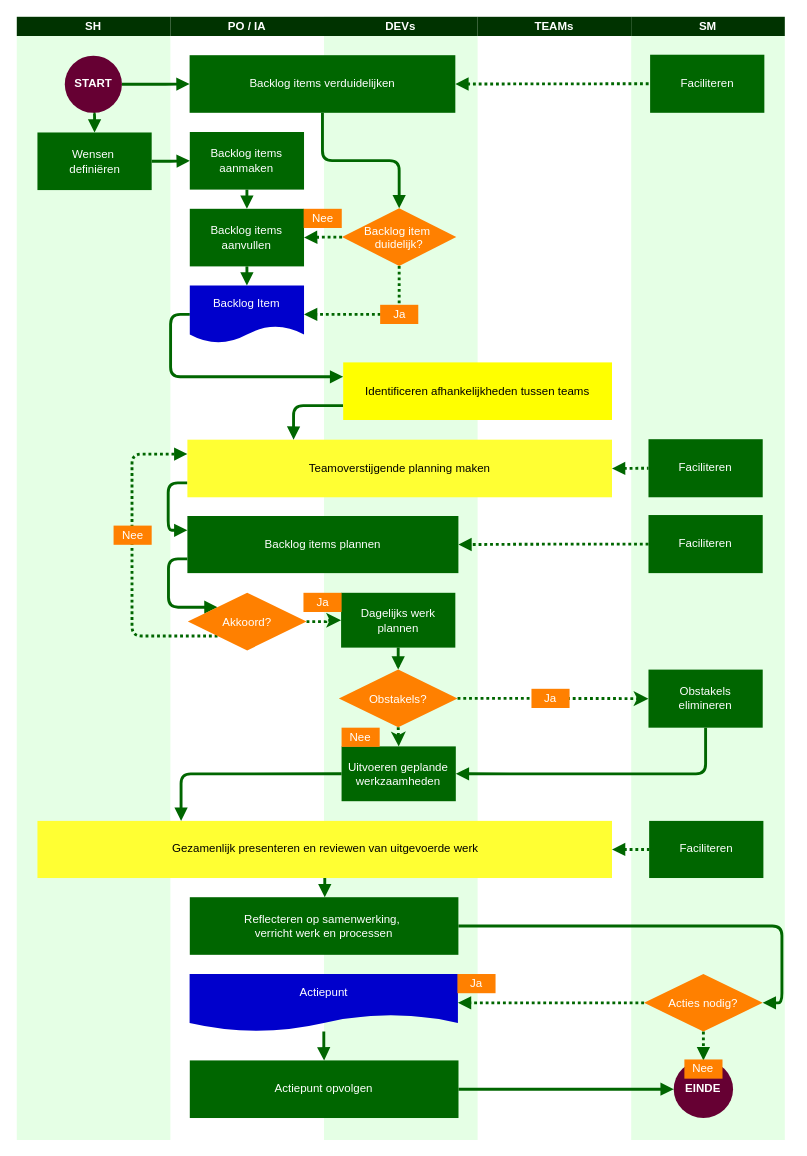
Above: diagrammen/2025-05-10 Opdracht 2 SOLL Swimlane.drawio in LeroyGerrits/zuyd (draw.io), before the change. Source tidied: cells renumbered, new cells numbered last; positions are measured from the earlier drawing's top-left corner, leaving out a move shared by most shapes. Both pictures are drawn from the tidied source at 96%, with x=0, y=0 at pixel (16, 16).
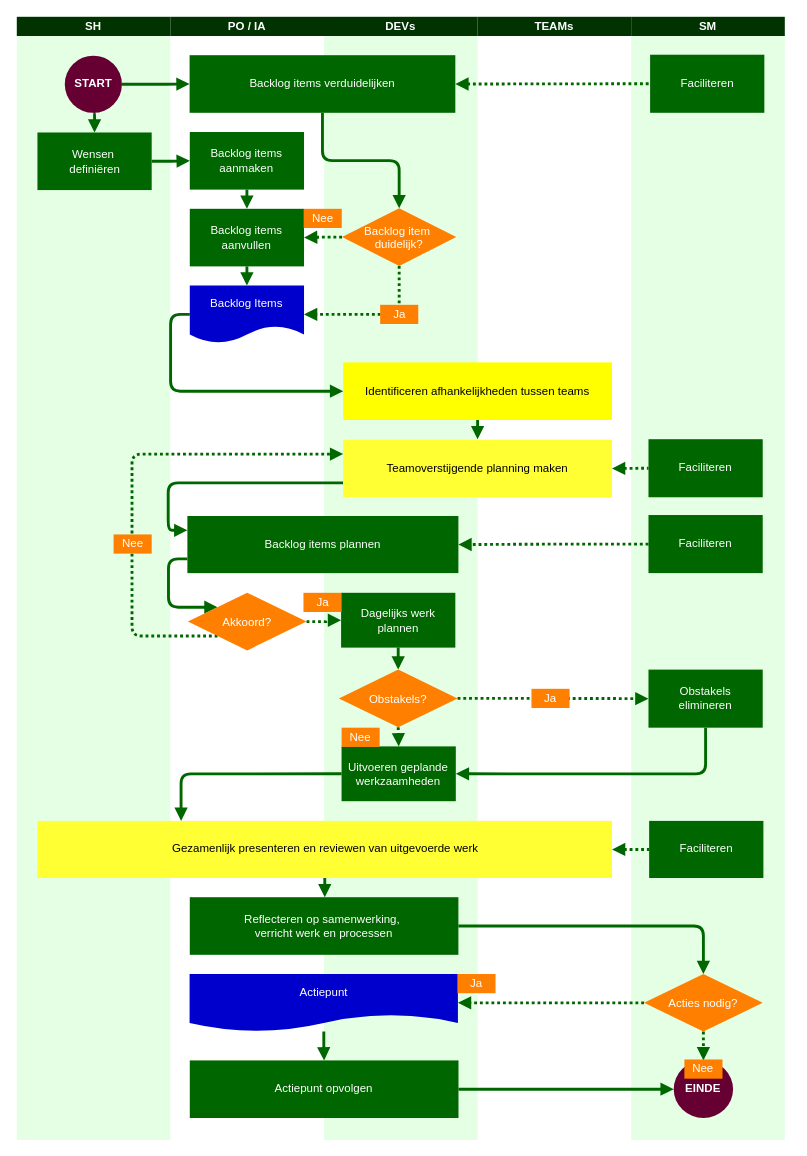
Above is the later version.

Unchanged cells that the change refers to:
```xml
<mxCell id="18" value="Uitvoeren geplande werkzaamheden" style="whiteSpace=wrap;strokeColor=none;fillColor=#006600;shadow=0;fontColor=#FFFFFF;fontFamily=Helvetica;fontStyle=0;html=1;fontSize=12;spacing=6;verticalAlign=middle;fillStyle=auto;" parent="1" vertex="1">
  <mxGeometry x="338.3" y="760" width="119" height="57.1" as="geometry" />
</mxCell>
<mxCell id="34" value="Reflecteren op samenwerking,&amp;nbsp;&lt;div&gt;verricht&amp;nbsp;&lt;span style=&quot;background-color: transparent; color: light-dark(rgb(255, 255, 255), rgb(18, 18, 18));&quot;&gt;werk en processen&lt;/span&gt;&lt;/div&gt;" style="whiteSpace=wrap;strokeColor=none;fillColor=#006600;shadow=0;fontColor=#FFFFFF;fontFamily=Helvetica;fontStyle=0;html=1;fontSize=12;spacing=6;verticalAlign=middle;fillStyle=auto;" parent="1" vertex="1">
  <mxGeometry x="180.2" y="917.1" width="279.8" height="60" as="geometry" />
</mxCell>
<mxCell id="37" value="Acties nodig?" style="rhombus;fillColor=#FF8000;strokeColor=none;fontColor=#FFFFFF;" parent="1" vertex="1">
  <mxGeometry x="653.4" y="997.1" width="123.6" height="60" as="geometry" />
</mxCell>
<mxCell id="53" value="Dagelijks werk plannen" style="whiteSpace=wrap;strokeColor=none;fillColor=#006600;shadow=0;fontColor=#FFFFFF;fontFamily=Helvetica;fontStyle=0;html=1;fontSize=12;spacing=6;verticalAlign=middle;fillStyle=auto;" parent="1" vertex="1">
  <mxGeometry x="337.8" y="600" width="119" height="57.1" as="geometry" />
</mxCell>
<mxCell id="56" value="Obstakels?" style="rhombus;fillColor=#FF8000;strokeColor=none;fontColor=#FFFFFF;" parent="1" vertex="1">
  <mxGeometry x="335.5" y="680" width="123.6" height="60" as="geometry" />
</mxCell>
<mxCell id="59" value="Obstakels elimineren" style="whiteSpace=wrap;shadow=0;fontColor=#FFFFFF;fontFamily=Helvetica;fontStyle=0;html=1;fontSize=12;plain-purple;strokeColor=none;fillColor=#006600;gradientColor=none;spacing=6;verticalAlign=middle;" parent="1" vertex="1">
  <mxGeometry x="658" y="680" width="119" height="60.5" as="geometry" />
</mxCell>
<mxCell id="63" value="Identificeren afhankelijkheden tussen teams" style="whiteSpace=wrap;strokeColor=none;fillColor=#FFFF00;shadow=0;fontColor=#000000;fontFamily=Helvetica;fontStyle=0;html=1;fontSize=12;spacing=6;verticalAlign=middle;fillStyle=auto;" parent="1" vertex="1">
  <mxGeometry x="340" y="360" width="280" height="60" as="geometry" />
</mxCell>
<mxCell id="69" value="Akkoord?" style="rhombus;fillColor=#FF8000;strokeColor=none;fontColor=#FFFFFF;" parent="1" vertex="1">
  <mxGeometry x="178.2" y="600" width="123.6" height="60" as="geometry" />
</mxCell>
```

The edit, as a diff of the source:
```diff
@@
-    <mxCell id="23" style="edgeStyle=orthogonalEdgeStyle;rounded=1;jettySize=auto;html=1;exitX=0;exitY=0.5;exitDx=0;exitDy=0;entryX=0;entryY=0.25;entryDx=0;entryDy=0;curved=0;strokeColor=#006600;strokeWidth=3;endArrow=block;endFill=1;" parent="1" edge="1" source="24" target="63">
+    <mxCell id="23" style="edgeStyle=orthogonalEdgeStyle;rounded=1;jettySize=auto;html=1;exitX=0;exitY=0.5;exitDx=0;exitDy=0;entryX=0;entryY=0.5;entryDx=0;entryDy=0;curved=0;strokeColor=#006600;strokeWidth=3;endArrow=block;endFill=1;" parent="1" edge="1" source="24" target="63">
       <mxGeometry relative="1" as="geometry" />
     </mxCell>
-    <mxCell id="24" value="Backlog Item" style="shape=document;whiteSpace=wrap;verticalAlign=middle;strokeColor=none;fillColor=#0000CC;shadow=0;fontColor=#FFFFFF;fontFamily=Helvetica;fontStyle=0;html=1;fontSize=12;spacing=6;spacingBottom=22;" parent="1" vertex="1">
+    <mxCell id="24" value="Backlog Items" style="shape=document;whiteSpace=wrap;verticalAlign=middle;strokeColor=none;fillColor=#0000CC;shadow=0;fontColor=#FFFFFF;fontFamily=Helvetica;fontStyle=0;html=1;fontSize=12;spacing=6;spacingBottom=22;" parent="1" vertex="1">
       <mxGeometry x="180.2" y="280" width="119" height="60" as="geometry" />
     </mxCell>
@@
     <mxCell id="29" value="Teamoverstijgende planning maken" style="whiteSpace=wrap;strokeColor=none;fillColor=#FFFF33;shadow=0;fontColor=#000000;fontFamily=Helvetica;fontStyle=0;html=1;fontSize=12;spacing=6;verticalAlign=middle;fillStyle=auto;" parent="1" vertex="1">
-      <mxGeometry x="177.7" y="440.5" width="442.3" height="60" as="geometry" />
+      <mxGeometry x="340" y="440.5" width="280" height="60" as="geometry" />
     </mxCell>
@@
-    <mxCell id="33" style="edgeStyle=orthogonalEdgeStyle;rounded=1;jettySize=auto;html=1;exitX=1;exitY=0.5;exitDx=0;exitDy=0;entryX=1;entryY=0.5;entryDx=0;entryDy=0;strokeColor=#006600;strokeWidth=3;endArrow=block;endFill=1;curved=0;" parent="1" edge="1" source="34" target="37">
+    <mxCell id="33" style="edgeStyle=orthogonalEdgeStyle;rounded=1;jettySize=auto;html=1;exitX=1;exitY=0.5;exitDx=0;exitDy=0;strokeColor=#006600;strokeWidth=3;endArrow=block;endFill=1;curved=0;" parent="1" edge="1" source="34" target="37">
       <mxGeometry relative="1" as="geometry" />
     </mxCell>
@@
-    <mxCell id="54" style="edgeStyle=orthogonalEdgeStyle;rounded=0;jettySize=auto;html=1;exitX=0.5;exitY=1;exitDx=0;exitDy=0;entryX=0.5;entryY=0;entryDx=0;entryDy=0;strokeWidth=3;strokeColor=#006600;dashed=1;dashPattern=1 1;" parent="1" edge="1" source="56" target="18">
+    <mxCell id="54" style="edgeStyle=orthogonalEdgeStyle;rounded=0;jettySize=auto;html=1;exitX=0.5;exitY=1;exitDx=0;exitDy=0;entryX=0.5;entryY=0;entryDx=0;entryDy=0;strokeWidth=3;strokeColor=#006600;dashed=1;dashPattern=1 1;endArrow=block;endFill=1;" parent="1" edge="1" source="56" target="18">
       <mxGeometry relative="1" as="geometry" />
     </mxCell>
-    <mxCell id="55" style="edgeStyle=orthogonalEdgeStyle;rounded=0;jettySize=auto;html=1;entryX=0;entryY=0.5;entryDx=0;entryDy=0;strokeColor=#006600;dashed=1;dashPattern=1 1;strokeWidth=3;" parent="1" edge="1" source="56" target="59">
+    <mxCell id="55" style="edgeStyle=orthogonalEdgeStyle;rounded=0;jettySize=auto;html=1;entryX=0;entryY=0.5;entryDx=0;entryDy=0;strokeColor=#006600;dashed=1;dashPattern=1 1;strokeWidth=3;endArrow=block;endFill=1;" parent="1" edge="1" source="56" target="59">
       <mxGeometry relative="1" as="geometry" />
     </mxCell>
@@
-    <mxCell id="62" style="edgeStyle=orthogonalEdgeStyle;rounded=1;jettySize=auto;html=1;exitX=0;exitY=0.75;exitDx=0;exitDy=0;entryX=0.25;entryY=0;entryDx=0;entryDy=0;strokeWidth=3;strokeColor=#006600;curved=0;endArrow=block;endFill=1;" parent="1" edge="1" source="63" target="29">
-      <mxGeometry relative="1" as="geometry" />
+    <mxCell id="62" style="edgeStyle=orthogonalEdgeStyle;rounded=1;jettySize=auto;html=1;exitX=0.5;exitY=1;exitDx=0;exitDy=0;strokeWidth=3;strokeColor=#006600;curved=0;endArrow=block;endFill=1;" parent="1" edge="1" source="63">
+      <mxGeometry relative="1" as="geometry">
+        <mxPoint x="480" y="440" as="targetPoint" />
+      </mxGeometry>
     </mxCell>
@@
-    <mxCell id="68" style="edgeStyle=orthogonalEdgeStyle;rounded=0;jettySize=auto;html=1;entryX=0;entryY=0.5;entryDx=0;entryDy=0;strokeWidth=3;dashed=1;dashPattern=1 1;strokeColor=#006600;" parent="1" edge="1" source="69" target="53">
+    <mxCell id="68" style="edgeStyle=orthogonalEdgeStyle;rounded=0;jettySize=auto;html=1;entryX=0;entryY=0.5;entryDx=0;entryDy=0;strokeWidth=3;dashed=1;dashPattern=1 1;strokeColor=#006600;endArrow=block;endFill=1;" parent="1" edge="1" source="69" target="53">
       <mxGeometry relative="1" as="geometry" />
     </mxCell>
@@
     <mxCell id="70" value="Nee" style="rounded=0;whiteSpace=wrap;html=1;fillColor=#FF8000;fontColor=#FFFFFF;strokeColor=none;" parent="1" vertex="1">
-      <mxGeometry x="100.8" y="530" width="39.7" height="20" as="geometry" />
+      <mxGeometry x="100.8" y="539.2" width="39.7" height="20" as="geometry" />
     </mxCell>
```
